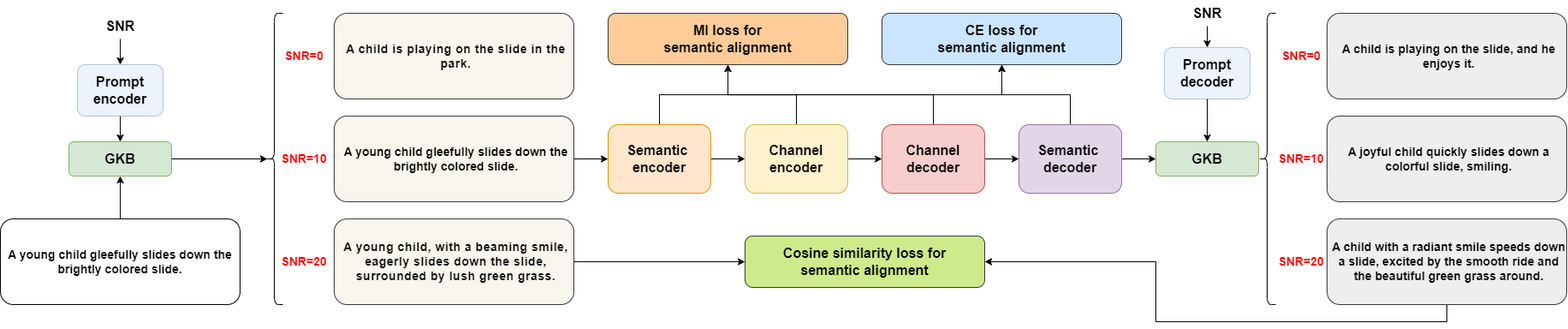
TuuSiwei/paper_image keeps this draw.io diagram as UBC-CSC/GKB2.png. Above is the earlier version. Source tidied: cells renumbered, new cells last; positions are measured from the earlier drawing's top-left corner, leaving out a move shared by most shapes.
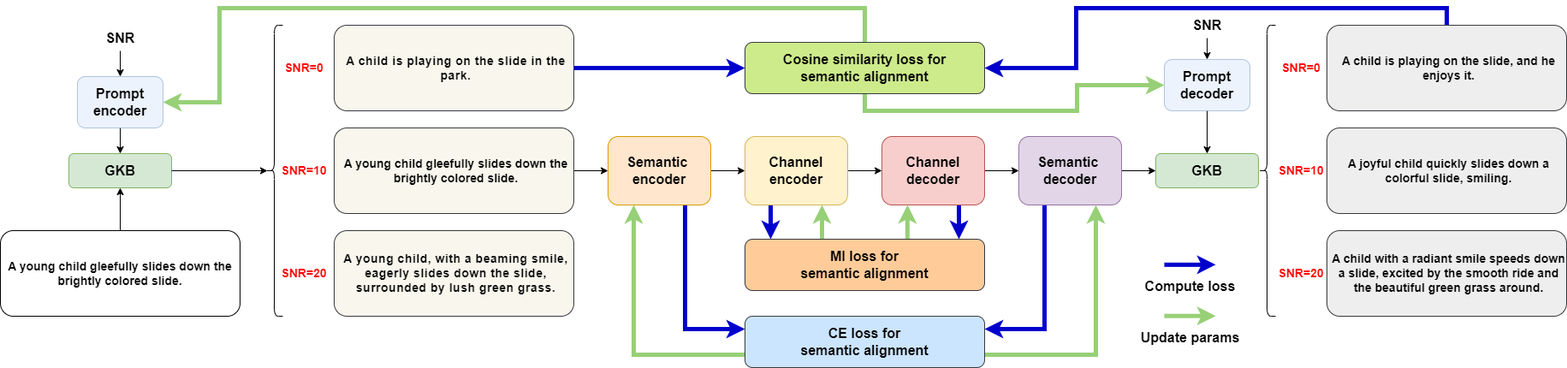
After the commit.

Diff of the diagram source:
```diff
@@ -23,6 +23,9 @@
     <mxCell id="8" value="&lt;b&gt;&lt;font style=&quot;font-size: 16px;&quot;&gt;SNR&lt;/font&gt;&lt;/b&gt;" style="text;html=1;align=center;verticalAlign=middle;points=[];strokeColor=none;fillColor=none;" parent="1" vertex="1">
       <mxGeometry x="110" y="15" width="60" height="30" as="geometry" />
     </mxCell>
+    <mxCell id="47" style="edgeStyle=orthogonalEdgeStyle;rounded=0;jettySize=auto;html=1;exitX=1;exitY=0.5;exitDx=0;exitDy=0;entryX=0;entryY=0.5;entryDx=0;entryDy=0;strokeColor=#0000CC;strokeWidth=5;" parent="1" edge="1" source="9" target="46">
+      <mxGeometry relative="1" as="geometry" />
+    </mxCell>
     <mxCell id="9" value="&lt;span style=&quot;color: rgb(6, 6, 7); font-family: -apple-system, blinkmacsystemfont, &amp;quot;Helvetica Neue&amp;quot;, helvetica, &amp;quot;segoe ui&amp;quot;, arial, roboto, &amp;quot;PingFang SC&amp;quot;, miui, &amp;quot;Hiragino Sans GB&amp;quot;, &amp;quot;Microsoft Yahei&amp;quot;, sans-serif; font-size: 14px; letter-spacing: 0.5px; white-space-collapse: preserve;&quot;&gt;&lt;b&gt;A child is playing on the slide &lt;/b&gt;&lt;/span&gt;&lt;b style=&quot;color: rgb(6, 6, 7); font-family: -apple-system, blinkmacsystemfont, &amp;quot;Helvetica Neue&amp;quot;, helvetica, &amp;quot;segoe ui&amp;quot;, arial, roboto, &amp;quot;PingFang SC&amp;quot;, miui, &amp;quot;Hiragino Sans GB&amp;quot;, &amp;quot;Microsoft Yahei&amp;quot;, sans-serif; font-size: 14px; letter-spacing: 0.5px; white-space-collapse: preserve; background-color: initial;&quot;&gt;in the park.&lt;/b&gt;" style="rounded=1;whiteSpace=wrap;html=1;strokeColor=#36393d;align=center;verticalAlign=middle;fontFamily=Helvetica;fontSize=12;labelBackgroundColor=none;fillColor=#f9f7ed;spacingLeft=5;" parent="1" vertex="1">
       <mxGeometry x="390" y="15" width="280" height="100" as="geometry" />
     </mxCell>
@@ -32,9 +35,6 @@
     <mxCell id="11" value="A young child gleefully slides down the brightly colored slide." style="rounded=1;whiteSpace=wrap;strokeColor=#36393d;align=center;verticalAlign=middle;fontFamily=Helvetica;fontSize=14;labelBackgroundColor=none;fillColor=#f9f7ed;fontStyle=1;spacingLeft=5;" parent="1" vertex="1">
       <mxGeometry x="390" y="135" width="280" height="100" as="geometry" />
     </mxCell>
-    <mxCell id="12" style="edgeStyle=orthogonalEdgeStyle;rounded=0;jettySize=auto;html=1;exitX=1;exitY=0.5;exitDx=0;exitDy=0;entryX=0;entryY=0.5;entryDx=0;entryDy=0;" parent="1" edge="1" source="13" target="46">
-      <mxGeometry relative="1" as="geometry" />
-    </mxCell>
     <mxCell id="13" value="&lt;span style=&quot;color: rgb(6, 6, 7); font-family: -apple-system, blinkmacsystemfont, &amp;quot;Helvetica Neue&amp;quot;, helvetica, &amp;quot;segoe ui&amp;quot;, arial, roboto, &amp;quot;PingFang SC&amp;quot;, miui, &amp;quot;Hiragino Sans GB&amp;quot;, &amp;quot;Microsoft Yahei&amp;quot;, sans-serif; font-size: 14px; letter-spacing: 0.5px; white-space-collapse: preserve;&quot;&gt;&lt;b&gt;A young child, with a beaming smile, eagerly slides down the slide, surrounded by lush green grass.&lt;/b&gt;&lt;/span&gt;" style="rounded=1;whiteSpace=wrap;html=1;strokeColor=#36393d;align=center;verticalAlign=middle;fontFamily=Helvetica;fontSize=12;labelBackgroundColor=none;fillColor=#f9f7ed;spacingLeft=5;" parent="1" vertex="1">
       <mxGeometry x="390" y="255" width="280" height="100" as="geometry" />
     </mxCell>
@@ -53,7 +53,7 @@
     <mxCell id="18" style="edgeStyle=orthogonalEdgeStyle;rounded=0;jettySize=auto;html=1;exitX=1;exitY=0.5;exitDx=0;exitDy=0;entryX=0;entryY=0.5;entryDx=0;entryDy=0;" parent="1" edge="1" source="20" target="26">
       <mxGeometry relative="1" as="geometry" />
     </mxCell>
-    <mxCell id="19" style="edgeStyle=orthogonalEdgeStyle;rounded=0;jettySize=auto;html=1;entryX=0.5;entryY=1;entryDx=0;entryDy=0;exitX=0.5;exitY=0;exitDx=0;exitDy=0;" parent="1" edge="1" source="20" target="45">
+    <mxCell id="19" style="edgeStyle=orthogonalEdgeStyle;rounded=0;jettySize=auto;html=1;exitX=0.75;exitY=1;exitDx=0;exitDy=0;entryX=0;entryY=0.25;entryDx=0;entryDy=0;strokeColor=#0000CC;strokeWidth=5;align=center;verticalAlign=middle;fontFamily=Helvetica;fontSize=11;fontColor=default;labelBackgroundColor=default;endArrow=classic;" parent="1" edge="1" source="20" target="45">
       <mxGeometry relative="1" as="geometry" />
     </mxCell>
     <mxCell id="20" value="&lt;span style=&quot;font-size: 16px;&quot;&gt;&lt;b&gt;Semantic&amp;nbsp;&lt;/b&gt;&lt;/span&gt;&lt;div&gt;&lt;b style=&quot;font-size: 16px; background-color: initial;&quot;&gt;encoder&lt;/b&gt;&lt;/div&gt;" style="rounded=1;whiteSpace=wrap;html=1;fillColor=#ffe6cc;strokeColor=#d79b00;" parent="1" vertex="1">
@@ -62,7 +62,7 @@
     <mxCell id="21" style="edgeStyle=orthogonalEdgeStyle;rounded=0;jettySize=auto;html=1;entryX=0;entryY=0.5;entryDx=0;entryDy=0;" parent="1" edge="1" source="23" target="30">
       <mxGeometry relative="1" as="geometry" />
     </mxCell>
-    <mxCell id="22" style="edgeStyle=orthogonalEdgeStyle;rounded=0;jettySize=auto;html=1;entryX=0.5;entryY=1;entryDx=0;entryDy=0;" parent="1" edge="1" source="23" target="45">
+    <mxCell id="22" style="edgeStyle=orthogonalEdgeStyle;rounded=0;jettySize=auto;html=1;exitX=0.25;exitY=1;exitDx=0;exitDy=0;entryX=1;entryY=0.25;entryDx=0;entryDy=0;strokeColor=#0000CC;strokeWidth=5;align=center;verticalAlign=middle;fontFamily=Helvetica;fontSize=11;fontColor=default;labelBackgroundColor=default;endArrow=classic;" parent="1" edge="1" source="23" target="45">
       <mxGeometry relative="1" as="geometry" />
     </mxCell>
     <mxCell id="23" value="&lt;span style=&quot;font-size: 16px;&quot;&gt;&lt;b&gt;Semantic&amp;nbsp;&lt;/b&gt;&lt;/span&gt;&lt;div&gt;&lt;b style=&quot;font-size: 16px; background-color: initial;&quot;&gt;decoder&lt;/b&gt;&lt;/div&gt;" style="rounded=1;whiteSpace=wrap;html=1;fillColor=#e1d5e7;strokeColor=#9673a6;" parent="1" vertex="1">
@@ -71,8 +71,13 @@
     <mxCell id="24" style="edgeStyle=orthogonalEdgeStyle;rounded=0;jettySize=auto;html=1;exitX=1;exitY=0.5;exitDx=0;exitDy=0;entryX=0;entryY=0.5;entryDx=0;entryDy=0;" parent="1" edge="1" source="26" target="29">
       <mxGeometry relative="1" as="geometry" />
     </mxCell>
-    <mxCell id="25" style="edgeStyle=orthogonalEdgeStyle;rounded=0;jettySize=auto;html=1;entryX=0.5;entryY=1;entryDx=0;entryDy=0;" parent="1" edge="1" source="26" target="44">
-      <mxGeometry relative="1" as="geometry" />
+    <mxCell id="25" style="edgeStyle=orthogonalEdgeStyle;rounded=0;jettySize=auto;html=1;exitX=0.25;exitY=1;exitDx=0;exitDy=0;strokeColor=#0000CC;strokeWidth=5;align=center;verticalAlign=middle;fontFamily=Helvetica;fontSize=11;fontColor=default;labelBackgroundColor=default;endArrow=classic;" parent="1" edge="1" source="26" target="44">
+      <mxGeometry relative="1" as="geometry">
+        <Array as="points">
+          <mxPoint x="900" y="255" />
+          <mxPoint x="900" y="255" />
+        </Array>
+      </mxGeometry>
     </mxCell>
     <mxCell id="26" value="&lt;span style=&quot;font-size: 16px;&quot;&gt;&lt;b&gt;Channel&lt;/b&gt;&lt;/span&gt;&lt;div&gt;&lt;b style=&quot;font-size: 16px; background-color: initial;&quot;&gt;encoder&lt;/b&gt;&lt;/div&gt;" style="rounded=1;whiteSpace=wrap;html=1;fillColor=#fff2cc;strokeColor=#d6b656;" parent="1" vertex="1">
       <mxGeometry x="870" y="145" width="120" height="80" as="geometry" />
@@ -80,8 +85,13 @@
     <mxCell id="27" style="edgeStyle=orthogonalEdgeStyle;rounded=0;jettySize=auto;html=1;exitX=1;exitY=0.5;exitDx=0;exitDy=0;entryX=0;entryY=0.5;entryDx=0;entryDy=0;" parent="1" edge="1" source="29" target="23">
       <mxGeometry relative="1" as="geometry" />
     </mxCell>
-    <mxCell id="28" style="edgeStyle=orthogonalEdgeStyle;rounded=0;jettySize=auto;html=1;entryX=0.5;entryY=1;entryDx=0;entryDy=0;exitX=0.5;exitY=0;exitDx=0;exitDy=0;" parent="1" edge="1" source="29" target="44">
-      <mxGeometry relative="1" as="geometry" />
+    <mxCell id="28" style="edgeStyle=orthogonalEdgeStyle;rounded=0;jettySize=auto;html=1;exitX=0.75;exitY=1;exitDx=0;exitDy=0;strokeColor=#0000CC;strokeWidth=5;align=center;verticalAlign=middle;fontFamily=Helvetica;fontSize=11;fontColor=default;labelBackgroundColor=default;endArrow=classic;" parent="1" edge="1" source="29" target="44">
+      <mxGeometry relative="1" as="geometry">
+        <Array as="points">
+          <mxPoint x="1120" y="255" />
+          <mxPoint x="1120" y="255" />
+        </Array>
+      </mxGeometry>
     </mxCell>
     <mxCell id="29" value="&lt;span style=&quot;font-size: 16px;&quot;&gt;&lt;b&gt;Channel&lt;/b&gt;&lt;/span&gt;&lt;div&gt;&lt;b style=&quot;font-size: 16px; background-color: initial;&quot;&gt;decoder&lt;/b&gt;&lt;/div&gt;" style="rounded=1;whiteSpace=wrap;html=1;fillColor=#f8cecc;strokeColor=#b85450;" parent="1" vertex="1">
       <mxGeometry x="1030" y="145" width="120" height="80" as="geometry" />
@@ -101,21 +111,21 @@
     <mxCell id="34" value="&lt;b&gt;&lt;font style=&quot;font-size: 16px;&quot;&gt;SNR&lt;/font&gt;&lt;/b&gt;" style="text;html=1;align=center;verticalAlign=middle;points=[];strokeColor=none;fillColor=none;" parent="1" vertex="1">
       <mxGeometry x="1380" width="60" height="30" as="geometry" />
     </mxCell>
+    <mxCell id="48" style="edgeStyle=orthogonalEdgeStyle;rounded=0;jettySize=auto;html=1;exitX=0.5;exitY=0;exitDx=0;exitDy=0;entryX=1;entryY=0.5;entryDx=0;entryDy=0;strokeColor=#0000CC;strokeWidth=5;align=center;verticalAlign=middle;fontFamily=Helvetica;fontSize=11;fontColor=default;labelBackgroundColor=default;endArrow=classic;" parent="1" edge="1" source="35" target="46">
+      <mxGeometry relative="1" as="geometry">
+        <Array as="points">
+          <mxPoint x="1690" y="-5" />
+          <mxPoint x="1257" y="-5" />
+          <mxPoint x="1257" y="65" />
+        </Array>
+      </mxGeometry>
+    </mxCell>
     <mxCell id="35" value="A child is playing on the slide, and he enjoys it." style="rounded=1;whiteSpace=wrap;strokeColor=#36393d;align=center;verticalAlign=middle;fontFamily=Helvetica;fontSize=14;labelBackgroundColor=none;fillColor=#eeeeee;fontStyle=1;spacingLeft=5;" parent="1" vertex="1">
       <mxGeometry x="1550" y="15" width="280" height="100" as="geometry" />
     </mxCell>
     <mxCell id="36" value="A joyful child quickly slides down a colorful slide, smiling." style="rounded=1;whiteSpace=wrap;strokeColor=#36393d;align=center;verticalAlign=middle;fontFamily=Helvetica;fontSize=14;labelBackgroundColor=none;fillColor=#eeeeee;fontStyle=1;spacingLeft=5;" parent="1" vertex="1">
       <mxGeometry x="1550" y="135" width="280" height="100" as="geometry" />
     </mxCell>
-    <mxCell id="37" style="edgeStyle=orthogonalEdgeStyle;rounded=0;jettySize=auto;html=1;entryX=1;entryY=0.5;entryDx=0;entryDy=0;exitX=0.5;exitY=1;exitDx=0;exitDy=0;" parent="1" edge="1" source="38" target="46">
-      <mxGeometry relative="1" as="geometry">
-        <Array as="points">
-          <mxPoint x="1690" y="375" />
-          <mxPoint x="1350" y="375" />
-          <mxPoint x="1350" y="305" />
-        </Array>
-      </mxGeometry>
-    </mxCell>
     <mxCell id="38" value="A child with a radiant smile speeds down a slide, excited by the smooth ride and the beautiful green grass around." style="rounded=1;whiteSpace=wrap;strokeColor=#36393d;align=center;verticalAlign=middle;fontFamily=Helvetica;fontSize=14;labelBackgroundColor=none;fillColor=#eeeeee;fontStyle=1;spacingLeft=5;" parent="1" vertex="1">
       <mxGeometry x="1550" y="255" width="280" height="100" as="geometry" />
     </mxCell>
@@ -134,14 +144,67 @@
     <mxCell id="43" style="edgeStyle=orthogonalEdgeStyle;rounded=0;jettySize=auto;html=1;exitX=1;exitY=0.5;exitDx=0;exitDy=0;entryX=0.1;entryY=0.5;entryDx=0;entryDy=0;entryPerimeter=0;" parent="1" edge="1" source="4" target="14">
       <mxGeometry relative="1" as="geometry" />
     </mxCell>
+    <mxCell id="49" style="edgeStyle=orthogonalEdgeStyle;rounded=0;jettySize=auto;html=1;entryX=0.75;entryY=1;entryDx=0;entryDy=0;strokeColor=#97D077;strokeWidth=5;align=center;verticalAlign=middle;fontFamily=Helvetica;fontSize=11;fontColor=default;labelBackgroundColor=default;endArrow=classic;" parent="1" edge="1" target="26">
+      <mxGeometry relative="1" as="geometry">
+        <mxPoint x="960" y="255" as="sourcePoint" />
+        <Array as="points">
+          <mxPoint x="960" y="265" />
+        </Array>
+      </mxGeometry>
+    </mxCell>
+    <mxCell id="50" style="edgeStyle=orthogonalEdgeStyle;rounded=0;jettySize=auto;html=1;exitX=0.678;exitY=0.015;exitDx=0;exitDy=0;entryX=0.25;entryY=1;entryDx=0;entryDy=0;exitPerimeter=0;strokeColor=#97D077;strokeWidth=5;align=center;verticalAlign=middle;fontFamily=Helvetica;fontSize=11;fontColor=default;labelBackgroundColor=default;endArrow=classic;" parent="1" edge="1" source="44" target="29">
+      <mxGeometry relative="1" as="geometry" />
+    </mxCell>
     <mxCell id="44" value="&lt;div&gt;&lt;span style=&quot;font-size: 16px;&quot;&gt;&lt;b&gt;MI loss for&lt;/b&gt;&lt;/span&gt;&lt;/div&gt;&lt;span style=&quot;font-size: 16px;&quot;&gt;&lt;b&gt;semantic&amp;nbsp;&lt;/b&gt;&lt;/span&gt;&lt;b style=&quot;font-size: 16px; background-color: initial;&quot;&gt;alignment&lt;/b&gt;" style="rounded=1;whiteSpace=wrap;html=1;fillColor=#ffcc99;strokeColor=#36393d;" parent="1" vertex="1">
-      <mxGeometry x="710" y="15" width="280" height="60" as="geometry" />
+      <mxGeometry x="870" y="265" width="280" height="60" as="geometry" />
     </mxCell>
+    <mxCell id="51" style="edgeStyle=orthogonalEdgeStyle;rounded=0;jettySize=auto;html=1;exitX=0;exitY=0.75;exitDx=0;exitDy=0;entryX=0.25;entryY=1;entryDx=0;entryDy=0;strokeColor=#97D077;strokeWidth=5;align=center;verticalAlign=middle;fontFamily=Helvetica;fontSize=11;fontColor=default;labelBackgroundColor=default;endArrow=classic;" parent="1" edge="1" source="45" target="20">
+      <mxGeometry relative="1" as="geometry" />
+    </mxCell>
+    <mxCell id="52" style="edgeStyle=orthogonalEdgeStyle;rounded=0;jettySize=auto;html=1;exitX=1;exitY=0.75;exitDx=0;exitDy=0;entryX=0.75;entryY=1;entryDx=0;entryDy=0;strokeColor=#97D077;strokeWidth=5;align=center;verticalAlign=middle;fontFamily=Helvetica;fontSize=11;fontColor=default;labelBackgroundColor=default;endArrow=classic;" parent="1" edge="1" source="45" target="23">
+      <mxGeometry relative="1" as="geometry" />
+    </mxCell>
     <mxCell id="45" value="&lt;div&gt;&lt;span style=&quot;font-size: 16px;&quot;&gt;&lt;b&gt;CE loss for&lt;/b&gt;&lt;/span&gt;&lt;/div&gt;&lt;span style=&quot;font-size: 16px;&quot;&gt;&lt;b&gt;semantic&amp;nbsp;&lt;/b&gt;&lt;/span&gt;&lt;b style=&quot;font-size: 16px; background-color: initial;&quot;&gt;alignment&lt;/b&gt;" style="rounded=1;whiteSpace=wrap;html=1;fillColor=#cce5ff;strokeColor=#36393d;" parent="1" vertex="1">
-      <mxGeometry x="1030" y="15" width="280" height="60" as="geometry" />
+      <mxGeometry x="870" y="355" width="280" height="60" as="geometry" />
     </mxCell>
+    <mxCell id="53" style="edgeStyle=orthogonalEdgeStyle;rounded=0;jettySize=auto;html=1;entryX=1;entryY=0.5;entryDx=0;entryDy=0;strokeColor=#97D077;strokeWidth=5;" parent="1" edge="1" source="46" target="6">
+      <mxGeometry relative="1" as="geometry">
+        <Array as="points">
+          <mxPoint x="1010" y="-5" />
+          <mxPoint x="256" y="-5" />
+          <mxPoint x="256" y="105" />
+        </Array>
+      </mxGeometry>
+    </mxCell>
+    <mxCell id="54" style="edgeStyle=orthogonalEdgeStyle;rounded=0;jettySize=auto;html=1;entryX=0;entryY=0.5;entryDx=0;entryDy=0;exitX=0.5;exitY=1;exitDx=0;exitDy=0;strokeColor=#97D077;strokeWidth=5;align=center;verticalAlign=middle;fontFamily=Helvetica;fontSize=11;fontColor=default;labelBackgroundColor=default;endArrow=classic;" parent="1" edge="1" source="46" target="32">
+      <mxGeometry relative="1" as="geometry">
+        <Array as="points">
+          <mxPoint x="1010" y="115" />
+          <mxPoint x="1258" y="115" />
+          <mxPoint x="1258" y="85" />
+        </Array>
+      </mxGeometry>
+    </mxCell>
     <mxCell id="46" value="&lt;div&gt;&lt;b style=&quot;font-size: 16px;&quot;&gt;Cosine similarity loss for&lt;/b&gt;&lt;/div&gt;&lt;span style=&quot;font-size: 16px;&quot;&gt;&lt;b&gt;semantic&amp;nbsp;&lt;/b&gt;&lt;/span&gt;&lt;b style=&quot;font-size: 16px; background-color: initial;&quot;&gt;alignment&lt;/b&gt;" style="rounded=1;whiteSpace=wrap;html=1;fillColor=#cdeb8b;strokeColor=#36393d;" parent="1" vertex="1">
-      <mxGeometry x="870" y="275" width="280" height="60" as="geometry" />
+      <mxGeometry x="870" y="35" width="280" height="60" as="geometry" />
     </mxCell>
+    <mxCell id="55" style="endArrow=classic;html=1;rounded=0;strokeColor=#0000CC;strokeWidth=5;align=center;verticalAlign=middle;fontFamily=Helvetica;fontSize=11;fontColor=default;labelBackgroundColor=default;" parent="1" edge="1">
+      <mxGeometry relative="1" as="geometry">
+        <mxPoint x="1360" y="294.8" as="sourcePoint" />
+        <mxPoint x="1420" y="294.8" as="targetPoint" />
+      </mxGeometry>
+    </mxCell>
+    <mxCell id="56" style="endArrow=classic;html=1;rounded=0;strokeColor=#97D077;strokeWidth=5;align=center;verticalAlign=middle;fontFamily=Helvetica;fontSize=11;fontColor=default;labelBackgroundColor=default;" parent="1" edge="1">
+      <mxGeometry relative="1" as="geometry">
+        <mxPoint x="1360" y="354.7" as="sourcePoint" />
+        <mxPoint x="1420" y="354.7" as="targetPoint" />
+      </mxGeometry>
+    </mxCell>
+    <mxCell id="57" value="&lt;b&gt;&lt;font style=&quot;font-size: 16px;&quot;&gt;Compute loss&lt;/font&gt;&lt;/b&gt;" style="text;html=1;align=center;verticalAlign=middle;strokeColor=none;fillColor=none;" parent="1" vertex="1">
+      <mxGeometry x="1325" y="305" width="130" height="30" as="geometry" />
+    </mxCell>
+    <mxCell id="58" value="&lt;b&gt;&lt;font style=&quot;font-size: 16px;&quot;&gt;Update params&lt;/font&gt;&lt;/b&gt;" style="text;html=1;align=center;verticalAlign=middle;strokeColor=none;fillColor=none;" parent="1" vertex="1">
+      <mxGeometry x="1320" y="365" width="140" height="30" as="geometry" />
+    </mxCell>
   </root>
 </mxGraphModel>
```
